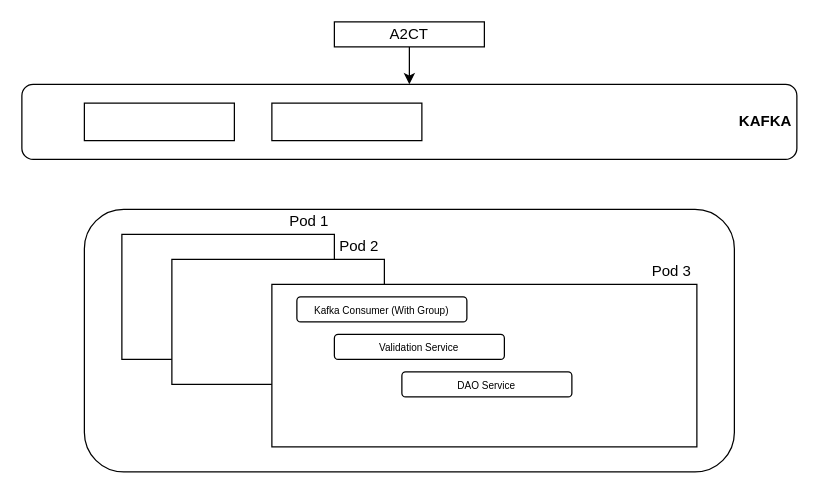
This is Batch_Flow.drawio from yrvlande/AngularApp, a draw.io file, before an edit. Source tidied: cells renumbered, new cells numbered last; positions are measured from the earlier drawing's top-left corner, leaving out a move shared by most shapes. Both pictures are drawn from the tidied source at 125%, with x=0, y=0 at pixel (21, 21).
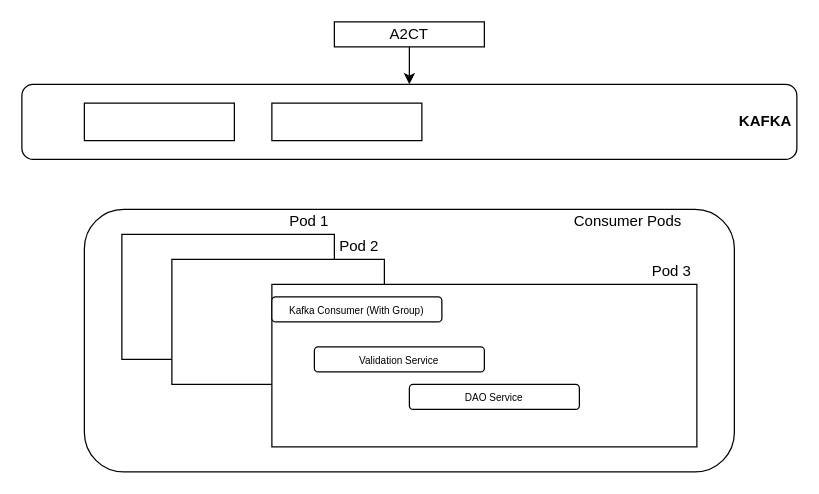
The same page after the edit.

Change to the diagram source:
```diff
@@
 <mxGraphModel>
   <root>
     <mxCell id="0" />
     <mxCell id="1" parent="0" />
     <mxCell id="2" value="&amp;nbsp; &amp;nbsp; &amp;nbsp; &amp;nbsp; &amp;nbsp; &amp;nbsp; &amp;nbsp; &amp;nbsp; &amp;nbsp; &amp;nbsp; &amp;nbsp; &amp;nbsp; &amp;nbsp; &amp;nbsp; &amp;nbsp; &amp;nbsp; &amp;nbsp; &amp;nbsp; &amp;nbsp; &amp;nbsp; &amp;nbsp; &amp;nbsp; &amp;nbsp; &amp;nbsp; &amp;nbsp; &amp;nbsp; &amp;nbsp; &amp;nbsp; &amp;nbsp; &amp;nbsp; &amp;nbsp; &amp;nbsp; &amp;nbsp; &amp;nbsp; &amp;nbsp; &amp;nbsp; &amp;nbsp; &amp;nbsp; &amp;nbsp; &amp;nbsp; &amp;nbsp; &amp;nbsp; &amp;nbsp; &amp;nbsp; &amp;nbsp; &amp;nbsp; &amp;nbsp; &amp;nbsp; &amp;nbsp; &amp;nbsp; &amp;nbsp; &amp;nbsp; &amp;nbsp; &amp;nbsp; &amp;nbsp; &amp;nbsp; &amp;nbsp; &amp;nbsp; &amp;nbsp; &amp;nbsp; &amp;nbsp; &amp;nbsp; &amp;nbsp; &amp;nbsp; &amp;nbsp; &amp;nbsp; &amp;nbsp; &amp;nbsp; &amp;nbsp; &amp;nbsp; &amp;nbsp; &amp;nbsp; &amp;nbsp; &amp;nbsp; &amp;nbsp; &amp;nbsp; &amp;nbsp; &amp;nbsp; &amp;nbsp; &amp;nbsp; &amp;nbsp; &amp;nbsp; &amp;nbsp; &amp;nbsp; &amp;nbsp; &amp;nbsp;&lt;b&gt;KAFKA&lt;/b&gt;" style="rounded=1;whiteSpace=wrap;html=1;" parent="1" vertex="1">
       <mxGeometry y="50" width="620" height="60" as="geometry" />
     </mxCell>
     <mxCell id="3" style="edgeStyle=orthogonalEdgeStyle;rounded=0;jettySize=auto;html=1;exitX=0.5;exitY=1;exitDx=0;exitDy=0;" parent="1" edge="1" source="4" target="2">
       <mxGeometry relative="1" as="geometry" />
     </mxCell>
     <mxCell id="4" value="A2CT" style="rounded=0;whiteSpace=wrap;html=1;" parent="1" vertex="1">
       <mxGeometry x="250" width="120" height="20" as="geometry" />
     </mxCell>
     <mxCell id="5" style="rounded=0;whiteSpace=wrap;html=1;" parent="1" vertex="1">
       <mxGeometry x="50" y="65" width="120" height="30" as="geometry" />
     </mxCell>
     <mxCell id="6" style="rounded=0;whiteSpace=wrap;html=1;" parent="1" vertex="1">
       <mxGeometry x="200" y="65" width="120" height="30" as="geometry" />
     </mxCell>
     <mxCell id="7" style="rounded=1;whiteSpace=wrap;html=1;" parent="1" vertex="1">
       <mxGeometry x="50" y="150" width="520" height="210" as="geometry" />
     </mxCell>
     <mxCell id="8" style="rounded=0;whiteSpace=wrap;html=1;" parent="1" vertex="1">
       <mxGeometry x="80" y="170" width="170" height="100" as="geometry" />
     </mxCell>
     <mxCell id="9" style="rounded=0;whiteSpace=wrap;html=1;" parent="1" vertex="1">
       <mxGeometry x="120" y="190" width="170" height="100" as="geometry" />
     </mxCell>
     <mxCell id="10" style="rounded=0;whiteSpace=wrap;html=1;" parent="1" vertex="1">
       <mxGeometry x="200" y="210" width="340" height="130" as="geometry" />
     </mxCell>
     <mxCell id="11" value="Pod 1" style="text;html=1;strokeColor=none;fillColor=none;align=center;verticalAlign=middle;whiteSpace=wrap;rounded=0;" parent="1" vertex="1">
       <mxGeometry x="210" y="150" width="40" height="20" as="geometry" />
     </mxCell>
     <mxCell id="12" value="Pod 2" style="text;html=1;strokeColor=none;fillColor=none;align=center;verticalAlign=middle;whiteSpace=wrap;rounded=0;" parent="1" vertex="1">
       <mxGeometry x="250" y="170" width="40" height="20" as="geometry" />
     </mxCell>
     <mxCell id="13" value="Pod 3" style="text;html=1;strokeColor=none;fillColor=none;align=center;verticalAlign=middle;whiteSpace=wrap;rounded=0;" parent="1" vertex="1">
       <mxGeometry x="500" y="190" width="40" height="20" as="geometry" />
     </mxCell>
     <mxCell id="14" value="&lt;font style=&quot;font-size: 8px&quot;&gt;Kafka Consumer (With Group)&lt;/font&gt;" style="rounded=1;whiteSpace=wrap;html=1;" parent="1" vertex="1">
-      <mxGeometry x="220" y="220" width="136" height="20" as="geometry" />
+      <mxGeometry x="200" y="220" width="136" height="20" as="geometry" />
     </mxCell>
     <mxCell id="15" value="&lt;span style=&quot;font-size: 8px&quot;&gt;Validation Service&lt;/span&gt;" style="rounded=1;whiteSpace=wrap;html=1;" parent="1" vertex="1">
-      <mxGeometry x="250" y="250" width="136" height="20" as="geometry" />
+      <mxGeometry x="234" y="260" width="136" height="20" as="geometry" />
     </mxCell>
     <mxCell id="16" value="&lt;span style=&quot;font-size: 8px&quot;&gt;DAO Service&lt;/span&gt;" style="rounded=1;whiteSpace=wrap;html=1;" parent="1" vertex="1">
-      <mxGeometry x="304" y="280" width="136" height="20" as="geometry" />
+      <mxGeometry x="310" y="290" width="136" height="20" as="geometry" />
     </mxCell>
+    <mxCell id="17" value="Consumer Pods" style="text;html=1;strokeColor=none;fillColor=none;align=center;verticalAlign=middle;whiteSpace=wrap;rounded=0;" parent="1" vertex="1">
+      <mxGeometry x="430" y="150" width="110" height="20" as="geometry" />
+    </mxCell>
   </root>
 </mxGraphModel>
```
